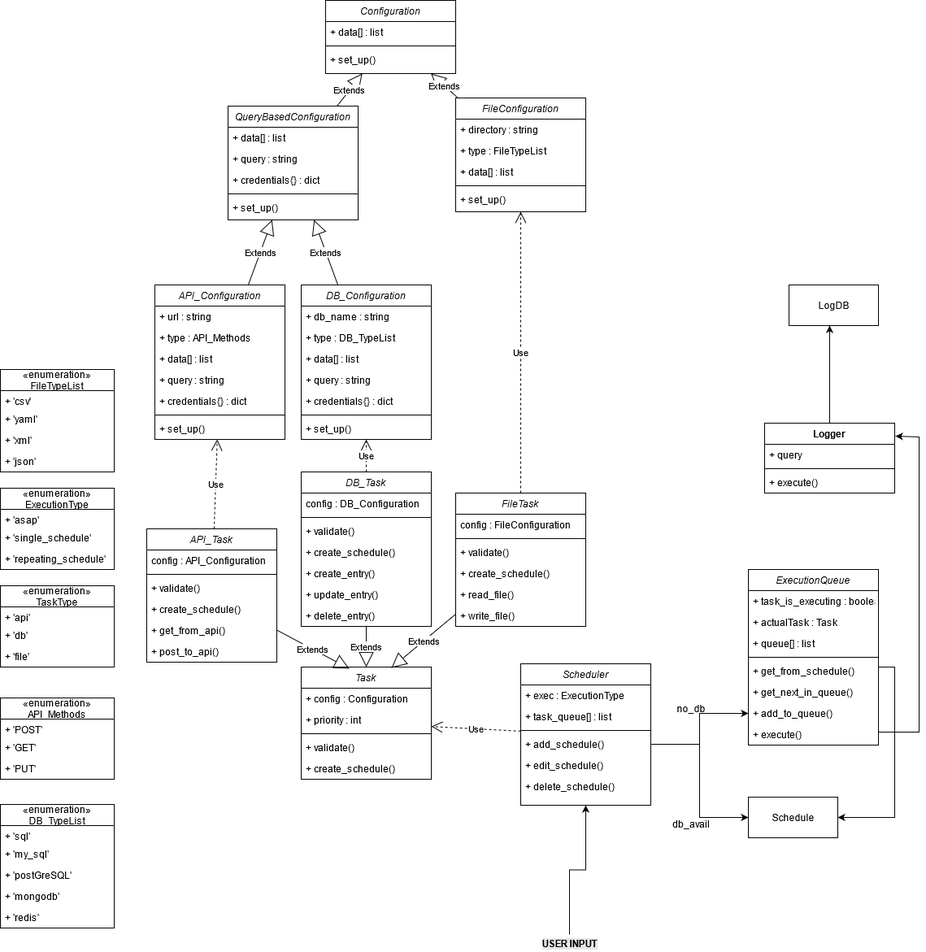
The draw.io diagram docs/Task_Manager_ClassDiag_v0.2.png in andresduarter22/task-manager, before a commit. Source tidied: cells renumbered, new cells last; positions are measured from the earlier drawing's top-left corner, leaving out a move shared by most shapes.
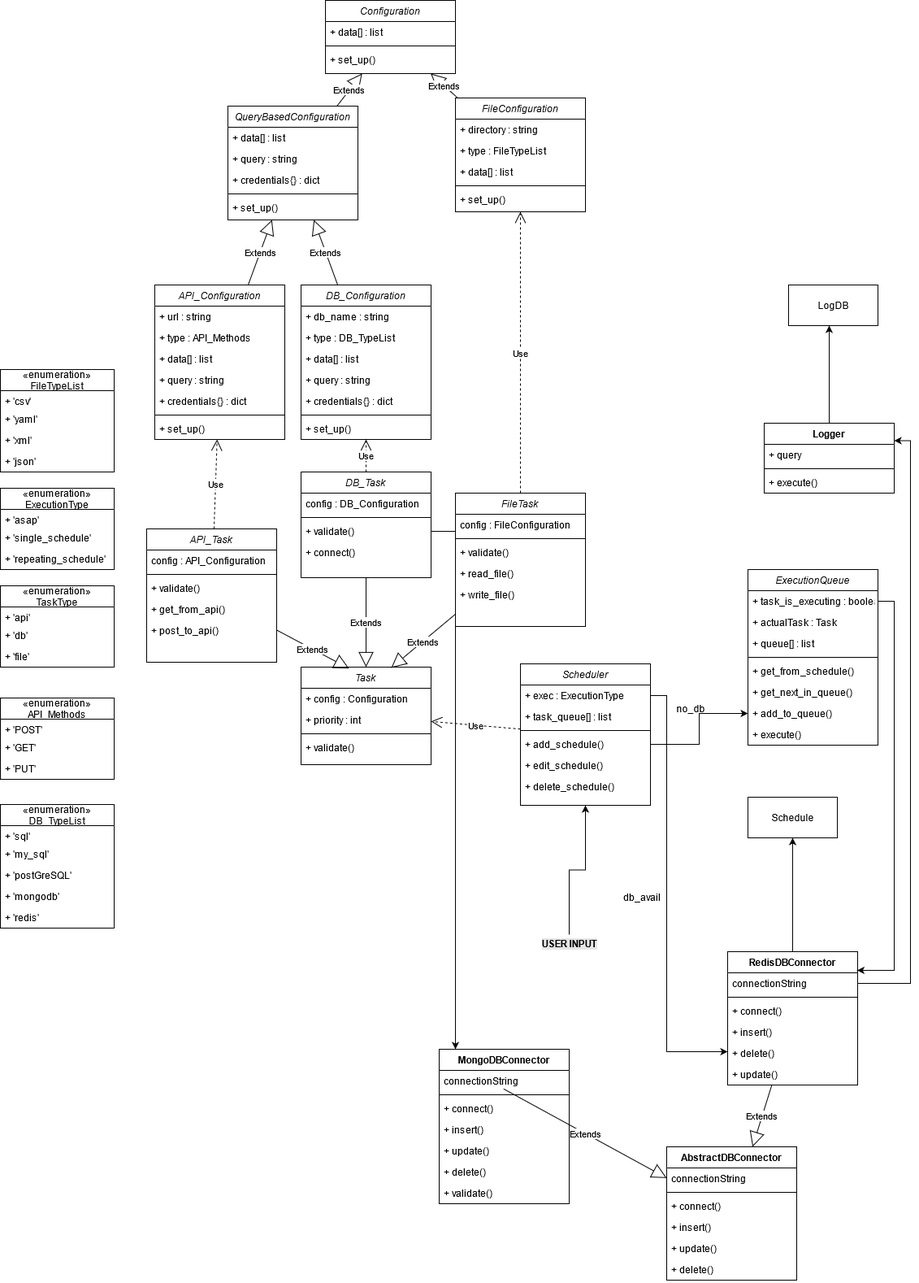
The same file after the commit.

Commit message:
TASK-200: Updated class diagram with DB Abstraction

What changed in the source:
```diff
@@ -14,14 +14,11 @@
     <mxCell id="5" value="+ validate()" style="text;align=left;verticalAlign=top;spacingLeft=4;spacingRight=4;overflow=hidden;" parent="2" vertex="1">
       <mxGeometry y="60" width="160" height="26" as="geometry" />
     </mxCell>
-    <mxCell id="6" value="+ create_schedule()" style="text;align=left;verticalAlign=top;spacingLeft=4;spacingRight=4;overflow=hidden;" parent="2" vertex="1">
-      <mxGeometry y="86" width="160" height="26" as="geometry" />
-    </mxCell>
     <mxCell id="7" value="+ get_from_api()" style="text;align=left;verticalAlign=top;spacingLeft=4;spacingRight=4;overflow=hidden;" parent="2" vertex="1">
-      <mxGeometry y="112" width="160" height="26" as="geometry" />
+      <mxGeometry y="86" width="160" height="26" as="geometry" />
     </mxCell>
     <mxCell id="8" value="+ post_to_api()" style="text;align=left;verticalAlign=top;spacingLeft=4;spacingRight=4;overflow=hidden;" parent="2" vertex="1">
-      <mxGeometry y="138" width="160" height="26" as="geometry" />
+      <mxGeometry y="112" width="160" height="26" as="geometry" />
     </mxCell>
     <mxCell id="9" value="Scheduler" style="swimlane;fontStyle=2;align=center;verticalAlign=top;horizontal=1;startSize=26;rounded=0;shadow=0;strokeWidth=1;" parent="1" vertex="1">
       <mxGeometry x="640" y="816" width="160" height="174" as="geometry" />
@@ -69,7 +66,7 @@
       <mxGeometry y="164" width="160" height="26" as="geometry" />
     </mxCell>
     <mxCell id="24" value="Task" style="swimlane;fontStyle=2;align=center;verticalAlign=top;horizontal=1;startSize=26;rounded=0;shadow=0;strokeWidth=1;" parent="1" vertex="1">
-      <mxGeometry x="370" y="820" width="160" height="138" as="geometry" />
+      <mxGeometry x="370" y="820" width="160" height="120" as="geometry" />
     </mxCell>
     <mxCell id="25" value="+ config : Configuration" style="text;align=left;verticalAlign=top;spacingLeft=4;spacingRight=4;overflow=hidden;" parent="24" vertex="1">
       <mxGeometry y="26" width="160" height="26" as="geometry" />
@@ -83,11 +80,8 @@
     <mxCell id="28" value="+ validate()" style="text;align=left;verticalAlign=top;spacingLeft=4;spacingRight=4;overflow=hidden;" parent="24" vertex="1">
       <mxGeometry y="86" width="160" height="26" as="geometry" />
     </mxCell>
-    <mxCell id="29" value="+ create_schedule()" style="text;align=left;verticalAlign=top;spacingLeft=4;spacingRight=4;overflow=hidden;" parent="24" vertex="1">
-      <mxGeometry y="112" width="160" height="26" as="geometry" />
-    </mxCell>
     <mxCell id="30" value="DB_Task" style="swimlane;fontStyle=2;align=center;verticalAlign=top;horizontal=1;startSize=26;rounded=0;shadow=0;strokeWidth=1;" parent="1" vertex="1">
-      <mxGeometry x="370" y="580" width="160" height="190" as="geometry" />
+      <mxGeometry x="370" y="580" width="160" height="130" as="geometry" />
     </mxCell>
     <mxCell id="31" value="config : DB_Configuration" style="text;align=left;verticalAlign=top;spacingLeft=4;spacingRight=4;overflow=hidden;" parent="30" vertex="1">
       <mxGeometry y="26" width="160" height="26" as="geometry" />
@@ -98,18 +92,9 @@
     <mxCell id="33" value="+ validate()" style="text;align=left;verticalAlign=top;spacingLeft=4;spacingRight=4;overflow=hidden;points=[[0,0.5],[1,0.5]];portConstraint=eastwest;" parent="30" vertex="1">
       <mxGeometry y="60" width="160" height="26" as="geometry" />
     </mxCell>
-    <mxCell id="34" value="+ create_schedule()" style="text;align=left;verticalAlign=top;spacingLeft=4;spacingRight=4;overflow=hidden;" parent="30" vertex="1">
-      <mxGeometry y="86" width="160" height="26" as="geometry" />
-    </mxCell>
-    <mxCell id="35" value="+ create_entry()" style="text;align=left;verticalAlign=top;spacingLeft=4;spacingRight=4;overflow=hidden;" parent="30" vertex="1">
-      <mxGeometry y="112" width="160" height="26" as="geometry" />
+    <mxCell id="35" value="+ connect()" style="text;align=left;verticalAlign=top;spacingLeft=4;spacingRight=4;overflow=hidden;" parent="30" vertex="1">
+      <mxGeometry y="86" width="160" height="26" as="geometry" />
     </mxCell>
-    <mxCell id="36" value="+ update_entry()" style="text;align=left;verticalAlign=top;spacingLeft=4;spacingRight=4;overflow=hidden;" parent="30" vertex="1">
-      <mxGeometry y="138" width="160" height="26" as="geometry" />
-    </mxCell>
-    <mxCell id="37" value="+ delete_entry()" style="text;align=left;verticalAlign=top;spacingLeft=4;spacingRight=4;overflow=hidden;" parent="30" vertex="1">
-      <mxGeometry y="164" width="160" height="26" as="geometry" />
-    </mxCell>
     <mxCell id="38" value="FileTask" style="swimlane;fontStyle=2;align=center;verticalAlign=top;horizontal=1;startSize=26;rounded=0;shadow=0;strokeWidth=1;" parent="1" vertex="1">
       <mxGeometry x="560" y="606" width="160" height="164" as="geometry" />
     </mxCell>
@@ -122,14 +107,11 @@
     <mxCell id="41" value="+ validate()" style="text;align=left;verticalAlign=top;spacingLeft=4;spacingRight=4;overflow=hidden;" parent="38" vertex="1">
       <mxGeometry y="60" width="160" height="26" as="geometry" />
     </mxCell>
-    <mxCell id="42" value="+ create_schedule()" style="text;align=left;verticalAlign=top;spacingLeft=4;spacingRight=4;overflow=hidden;" parent="38" vertex="1">
-      <mxGeometry y="86" width="160" height="26" as="geometry" />
-    </mxCell>
     <mxCell id="43" value="+ read_file()" style="text;align=left;verticalAlign=top;spacingLeft=4;spacingRight=4;overflow=hidden;" parent="38" vertex="1">
-      <mxGeometry y="112" width="160" height="26" as="geometry" />
+      <mxGeometry y="86" width="160" height="26" as="geometry" />
     </mxCell>
     <mxCell id="44" value="+ write_file()" style="text;align=left;verticalAlign=top;spacingLeft=4;spacingRight=4;overflow=hidden;" parent="38" vertex="1">
-      <mxGeometry y="138" width="160" height="26" as="geometry" />
+      <mxGeometry y="112" width="160" height="26" as="geometry" />
     </mxCell>
     <mxCell id="45" value="Extends" style="endArrow=block;endSize=16;endFill=0;html=1;entryX=0.369;entryY=0.014;entryDx=0;entryDy=0;entryPerimeter=0;" parent="1" edge="1" source="2" target="24">
       <mxGeometry relative="1" as="geometry" />
@@ -332,9 +314,6 @@
     <mxCell id="111" value="Schedule" style="html=1;" parent="1" vertex="1">
       <mxGeometry x="920" y="980" width="110" height="50" as="geometry" />
     </mxCell>
-    <mxCell id="112" style="edgeStyle=orthogonalEdgeStyle;rounded=0;jettySize=auto;html=1;exitX=1;exitY=0.5;exitDx=0;exitDy=0;entryX=0;entryY=0.5;entryDx=0;entryDy=0;" parent="1" edge="1" source="13" target="111">
-      <mxGeometry relative="1" as="geometry" />
-    </mxCell>
     <mxCell id="113" style="edgeStyle=orthogonalEdgeStyle;rounded=0;jettySize=auto;html=1;exitX=1;exitY=0.5;exitDx=0;exitDy=0;" parent="1" edge="1" target="9">
       <mxGeometry relative="1" as="geometry">
         <mxPoint x="700" y="1149" as="sourcePoint" />
@@ -352,16 +331,6 @@
     <mxCell id="117" value="+ execute()" style="text;strokeColor=none;fillColor=none;align=left;verticalAlign=top;spacingLeft=4;spacingRight=4;overflow=hidden;" parent="114" vertex="1">
       <mxGeometry y="60" width="160" height="26" as="geometry" />
     </mxCell>
-    <mxCell id="118" style="edgeStyle=orthogonalEdgeStyle;rounded=0;jettySize=auto;html=1;exitX=1;exitY=0.5;exitDx=0;exitDy=0;entryX=1.006;entryY=0.186;entryDx=0;entryDy=0;entryPerimeter=0;" parent="1" edge="1" source="110" target="114">
-      <mxGeometry relative="1" as="geometry">
-        <Array as="points">
-          <mxPoint x="1080" y="900" />
-          <mxPoint x="1130" y="900" />
-          <mxPoint x="1130" y="537" />
-          <mxPoint x="1101" y="537" />
-        </Array>
-      </mxGeometry>
-    </mxCell>
     <mxCell id="119" value="LogDB" style="html=1;" parent="1" vertex="1">
       <mxGeometry x="970" y="350" width="110" height="50" as="geometry" />
     </mxCell>
@@ -377,7 +346,7 @@
       <mxGeometry relative="1" as="geometry" />
     </mxCell>
     <mxCell id="122" value="db_avail" style="text;align=center;fontStyle=0;verticalAlign=middle;spacingLeft=3;spacingRight=3;strokeColor=none;" parent="1" vertex="1">
-      <mxGeometry x="810" y="1000" width="80" height="26" as="geometry" />
+      <mxGeometry x="750" y="1090" width="80" height="26" as="geometry" />
     </mxCell>
     <mxCell id="123" value="no_db" style="text;align=center;fontStyle=0;verticalAlign=middle;spacingLeft=3;spacingRight=3;strokeColor=none;" parent="1" vertex="1">
       <mxGeometry x="810" y="858" width="80" height="26" as="geometry" />
@@ -385,18 +354,104 @@
     <mxCell id="124" value="Use" style="endArrow=open;endSize=12;dashed=1;html=1;" parent="1" edge="1" source="9" target="24">
       <mxGeometry relative="1" as="geometry" />
     </mxCell>
-    <mxCell id="125" style="edgeStyle=orthogonalEdgeStyle;rounded=0;jettySize=auto;html=1;entryX=1;entryY=0.5;entryDx=0;entryDy=0;" parent="1" edge="1" target="111">
-      <mxGeometry relative="1" as="geometry">
-        <mxPoint x="1080" y="830" as="sourcePoint" />
-        <Array as="points">
-          <mxPoint x="1080" y="820" />
-          <mxPoint x="1100" y="820" />
-          <mxPoint x="1100" y="1005" />
-        </Array>
-      </mxGeometry>
-    </mxCell>
     <mxCell id="126" value="&lt;span style=&quot;background-color: rgb(230 , 230 , 230)&quot;&gt;&lt;b&gt;USER INPUT&lt;br&gt;&lt;/b&gt;&lt;/span&gt;" style="text;html=1;align=center;verticalAlign=middle;strokeColor=none;" parent="1" vertex="1">
       <mxGeometry x="655" y="1150" width="90" height="20" as="geometry" />
     </mxCell>
+    <mxCell id="127" value="AbstractDBConnector" style="swimlane;fontStyle=1;align=center;verticalAlign=top;horizontal=1;startSize=26;" parent="1" vertex="1">
+      <mxGeometry x="820" y="1410" width="160" height="164" as="geometry" />
+    </mxCell>
+    <mxCell id="128" value="connectionString" style="text;strokeColor=none;fillColor=none;align=left;verticalAlign=top;spacingLeft=4;spacingRight=4;overflow=hidden;" parent="127" vertex="1">
+      <mxGeometry y="26" width="160" height="26" as="geometry" />
+    </mxCell>
+    <mxCell id="129" style="line;strokeWidth=1;fillColor=none;align=left;verticalAlign=middle;spacingTop=-1;spacingLeft=3;spacingRight=3;labelPosition=right;" parent="127" vertex="1">
+      <mxGeometry y="52" width="160" height="8" as="geometry" />
+    </mxCell>
+    <mxCell id="130" value="+ connect()" style="text;strokeColor=none;fillColor=none;align=left;verticalAlign=top;spacingLeft=4;spacingRight=4;overflow=hidden;" parent="127" vertex="1">
+      <mxGeometry y="60" width="160" height="26" as="geometry" />
+    </mxCell>
+    <mxCell id="131" value="+ insert()" style="text;strokeColor=none;fillColor=none;align=left;verticalAlign=top;spacingLeft=4;spacingRight=4;overflow=hidden;" parent="127" vertex="1">
+      <mxGeometry y="86" width="160" height="26" as="geometry" />
+    </mxCell>
+    <mxCell id="132" value="+ update()&#10;" style="text;strokeColor=none;fillColor=none;align=left;verticalAlign=top;spacingLeft=4;spacingRight=4;overflow=hidden;" parent="127" vertex="1">
+      <mxGeometry y="112" width="160" height="26" as="geometry" />
+    </mxCell>
+    <mxCell id="133" value="+ delete()" style="text;strokeColor=none;fillColor=none;align=left;verticalAlign=top;spacingLeft=4;spacingRight=4;overflow=hidden;" parent="127" vertex="1">
+      <mxGeometry y="138" width="160" height="26" as="geometry" />
+    </mxCell>
+    <mxCell id="134" value="MongoDBConnector" style="swimlane;fontStyle=1;align=center;verticalAlign=top;horizontal=1;startSize=26;" parent="1" vertex="1">
+      <mxGeometry x="540" y="1290" width="160" height="190" as="geometry" />
+    </mxCell>
+    <mxCell id="135" value="connectionString" style="text;strokeColor=none;fillColor=none;align=left;verticalAlign=top;spacingLeft=4;spacingRight=4;overflow=hidden;" parent="134" vertex="1">
+      <mxGeometry y="26" width="160" height="26" as="geometry" />
+    </mxCell>
+    <mxCell id="136" style="line;strokeWidth=1;fillColor=none;align=left;verticalAlign=middle;spacingTop=-1;spacingLeft=3;spacingRight=3;labelPosition=right;" parent="134" vertex="1">
+      <mxGeometry y="52" width="160" height="8" as="geometry" />
+    </mxCell>
+    <mxCell id="137" value="+ connect()" style="text;strokeColor=none;fillColor=none;align=left;verticalAlign=top;spacingLeft=4;spacingRight=4;overflow=hidden;" parent="134" vertex="1">
+      <mxGeometry y="60" width="160" height="26" as="geometry" />
+    </mxCell>
+    <mxCell id="138" value="+ insert()" style="text;strokeColor=none;fillColor=none;align=left;verticalAlign=top;spacingLeft=4;spacingRight=4;overflow=hidden;" parent="134" vertex="1">
+      <mxGeometry y="86" width="160" height="26" as="geometry" />
+    </mxCell>
+    <mxCell id="139" value="+ update()&#10;" style="text;strokeColor=none;fillColor=none;align=left;verticalAlign=top;spacingLeft=4;spacingRight=4;overflow=hidden;" parent="134" vertex="1">
+      <mxGeometry y="112" width="160" height="26" as="geometry" />
+    </mxCell>
+    <mxCell id="140" value="+ delete()" style="text;strokeColor=none;fillColor=none;align=left;verticalAlign=top;spacingLeft=4;spacingRight=4;overflow=hidden;" parent="134" vertex="1">
+      <mxGeometry y="138" width="160" height="26" as="geometry" />
+    </mxCell>
+    <mxCell id="141" value="+ validate()" style="text;strokeColor=none;fillColor=none;align=left;verticalAlign=top;spacingLeft=4;spacingRight=4;overflow=hidden;" parent="134" vertex="1">
+      <mxGeometry y="164" width="160" height="26" as="geometry" />
+    </mxCell>
+    <mxCell id="142" style="edgeStyle=orthogonalEdgeStyle;rounded=0;jettySize=auto;html=1;exitX=0.5;exitY=0;exitDx=0;exitDy=0;" parent="1" edge="1" source="143" target="111">
+      <mxGeometry relative="1" as="geometry" />
+    </mxCell>
+    <mxCell id="143" value="RedisDBConnector" style="swimlane;fontStyle=1;align=center;verticalAlign=top;horizontal=1;startSize=26;" parent="1" vertex="1">
+      <mxGeometry x="895" y="1170" width="160" height="164" as="geometry" />
+    </mxCell>
+    <mxCell id="144" value="connectionString" style="text;strokeColor=none;fillColor=none;align=left;verticalAlign=top;spacingLeft=4;spacingRight=4;overflow=hidden;points=[[0,0.5],[1,0.5]];portConstraint=eastwest;" parent="143" vertex="1">
+      <mxGeometry y="26" width="160" height="26" as="geometry" />
+    </mxCell>
+    <mxCell id="145" style="line;strokeWidth=1;fillColor=none;align=left;verticalAlign=middle;spacingTop=-1;spacingLeft=3;spacingRight=3;labelPosition=right;" parent="143" vertex="1">
+      <mxGeometry y="52" width="160" height="8" as="geometry" />
+    </mxCell>
+    <mxCell id="146" value="+ connect()" style="text;strokeColor=none;fillColor=none;align=left;verticalAlign=top;spacingLeft=4;spacingRight=4;overflow=hidden;" parent="143" vertex="1">
+      <mxGeometry y="60" width="160" height="26" as="geometry" />
+    </mxCell>
+    <mxCell id="147" value="+ insert()" style="text;strokeColor=none;fillColor=none;align=left;verticalAlign=top;spacingLeft=4;spacingRight=4;overflow=hidden;" parent="143" vertex="1">
+      <mxGeometry y="86" width="160" height="26" as="geometry" />
+    </mxCell>
+    <mxCell id="148" value="+ delete()" style="text;strokeColor=none;fillColor=none;align=left;verticalAlign=top;spacingLeft=4;spacingRight=4;overflow=hidden;" parent="143" vertex="1">
+      <mxGeometry y="112" width="160" height="26" as="geometry" />
+    </mxCell>
+    <mxCell id="149" value="+ update()&#10;" style="text;strokeColor=none;fillColor=none;align=left;verticalAlign=top;spacingLeft=4;spacingRight=4;overflow=hidden;" parent="143" vertex="1">
+      <mxGeometry y="138" width="160" height="26" as="geometry" />
+    </mxCell>
+    <mxCell id="150" value="Extends" style="endArrow=block;endSize=16;endFill=0;html=1;exitX=0.494;exitY=0.256;exitDx=0;exitDy=0;exitPerimeter=0;" parent="1" edge="1" source="134" target="127">
+      <mxGeometry relative="1" as="geometry" />
+    </mxCell>
+    <mxCell id="151" value="Extends" style="endArrow=block;endSize=16;endFill=0;html=1;" parent="1" edge="1" source="143" target="127">
+      <mxGeometry relative="1" as="geometry" />
+    </mxCell>
+    <mxCell id="152" style="edgeStyle=orthogonalEdgeStyle;rounded=0;jettySize=auto;html=1;exitX=1;exitY=0.5;exitDx=0;exitDy=0;" parent="1" edge="1" source="10" target="143">
+      <mxGeometry relative="1" as="geometry">
+        <Array as="points">
+          <mxPoint x="820" y="855" />
+          <mxPoint x="820" y="1293" />
+        </Array>
+      </mxGeometry>
+    </mxCell>
+    <mxCell id="153" style="edgeStyle=orthogonalEdgeStyle;rounded=0;jettySize=auto;html=1;exitX=1;exitY=0.5;exitDx=0;exitDy=0;entryX=0.996;entryY=0.14;entryDx=0;entryDy=0;entryPerimeter=0;" parent="1" edge="1" source="103" target="143">
+      <mxGeometry relative="1" as="geometry" />
+    </mxCell>
+    <mxCell id="154" style="edgeStyle=orthogonalEdgeStyle;rounded=0;jettySize=auto;html=1;exitX=1;exitY=0.5;exitDx=0;exitDy=0;" parent="1" edge="1" source="33" target="134">
+      <mxGeometry relative="1" as="geometry">
+        <Array as="points">
+          <mxPoint x="560" y="653" />
+        </Array>
+      </mxGeometry>
+    </mxCell>
+    <mxCell id="155" style="edgeStyle=orthogonalEdgeStyle;rounded=0;jettySize=auto;html=1;exitX=1;exitY=0.5;exitDx=0;exitDy=0;entryX=1;entryY=0.25;entryDx=0;entryDy=0;" parent="1" edge="1" source="144" target="114">
+      <mxGeometry relative="1" as="geometry" />
+    </mxCell>
   </root>
 </mxGraphModel>
```
